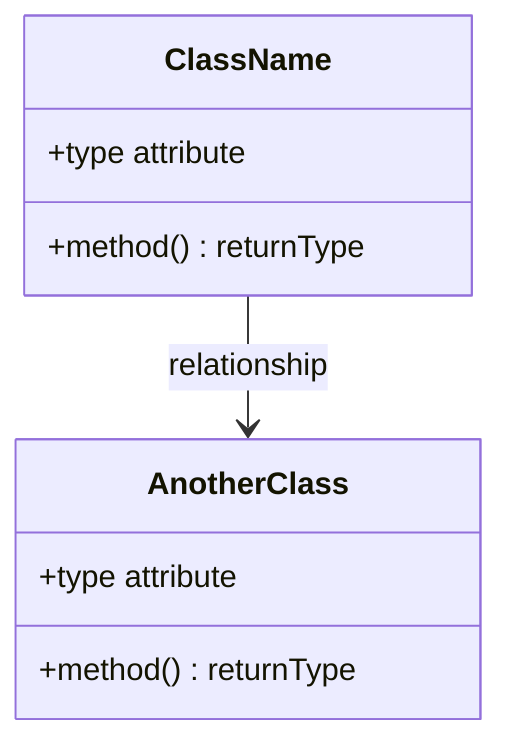
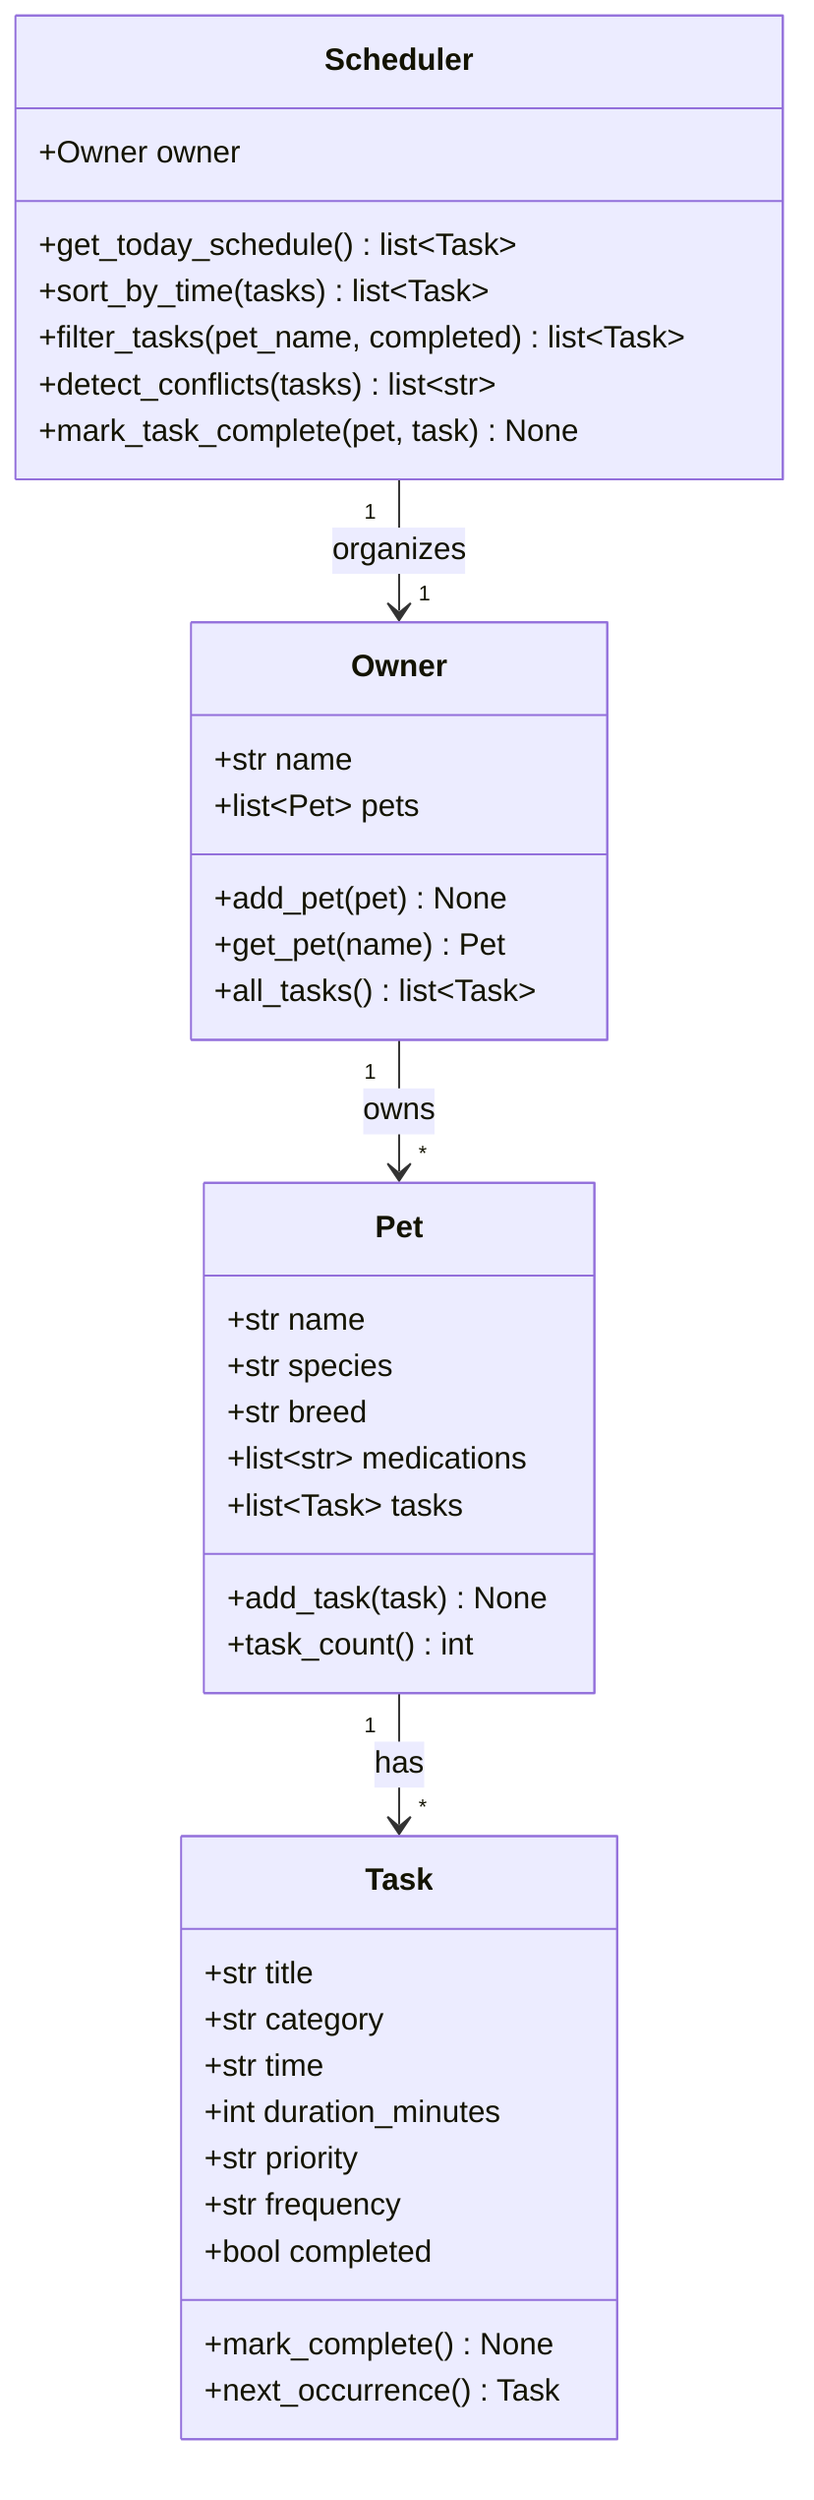
classDiagram
-     %% Replace the placeholders below with your actual classes, attributes, methods, and relationships.
-     %% Keep this file updated so it matches your final implementation.
+     %% PawPal+ initial UML draft (Phase 1)

-     class ClassName {
-         +type attribute
-         +method() returnType
+     class Task {
+         +str title
+         +str category
+         +str time
+         +int duration_minutes
+         +str priority
+         +str frequency
+         +bool completed
+         +mark_complete() None
+         +next_occurrence() Task
    }

-     class AnotherClass {
-         +type attribute
-         +method() returnType
+     class Pet {
+         +str name
+         +str species
+         +str breed
+         +list~str~ medications
+         +list~Task~ tasks
+         +add_task(task) None
+         +task_count() int
    }

-     ClassName --> AnotherClass : relationship
+     class Owner {
+         +str name
+         +list~Pet~ pets
+         +add_pet(pet) None
+         +get_pet(name) Pet
+         +all_tasks() list~Task~
+     }
+ 
+     class Scheduler {
+         +Owner owner
+         +get_today_schedule() list~Task~
+         +sort_by_time(tasks) list~Task~
+         +filter_tasks(pet_name, completed) list~Task~
+         +detect_conflicts(tasks) list~str~
+         +mark_task_complete(pet, task) None
+     }
+ 
+     Owner "1" --> "*" Pet : owns
+     Pet "1" --> "*" Task : has
+     Scheduler "1" --> "1" Owner : organizes
